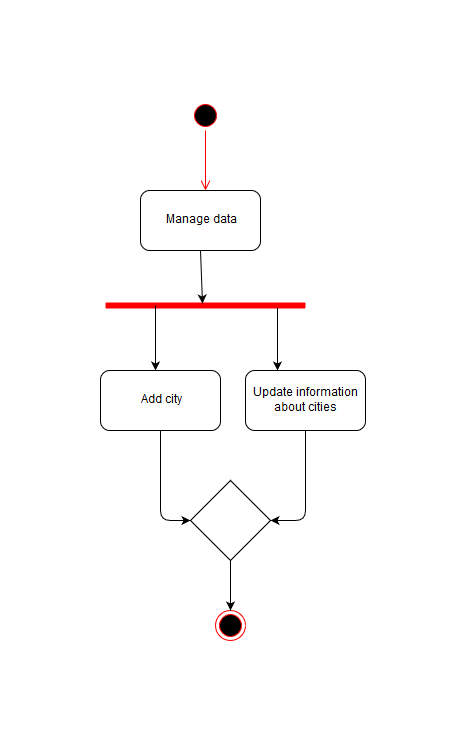
This is Manage user and data.png from group-c/sw-project, a draw.io export, as it was before one commit. Source tidied: cells renumbered, new cells last; positions are measured from the earlier drawing's top-left corner, leaving out a move shared by most shapes. The source it was exported from:
```xml
<mxGraphModel>
  <root>
    <mxCell id="0" />
    <mxCell id="1" parent="0" />
    <mxCell id="2" style="ellipse;html=1;shape=startState;fillColor=#000000;strokeColor=#ff0000;" parent="1" vertex="1">
      <mxGeometry x="90" width="30" height="30" as="geometry" />
    </mxCell>
    <mxCell id="3" style="edgeStyle=orthogonalEdgeStyle;html=1;verticalAlign=bottom;endArrow=open;endSize=8;strokeColor=#ff0000;" parent="1" edge="1" source="2">
      <mxGeometry relative="1" as="geometry">
        <mxPoint x="105" y="90" as="targetPoint" />
      </mxGeometry>
    </mxCell>
    <mxCell id="4" value="Manage data" style="rounded=1;whiteSpace=wrap;html=1;" parent="1" vertex="1">
      <mxGeometry x="40" y="90" width="120" height="60" as="geometry" />
    </mxCell>
    <mxCell id="5" style="shape=line;html=1;strokeWidth=6;strokeColor=#ff0000;" parent="1" vertex="1">
      <mxGeometry x="5" y="200" width="200" height="10" as="geometry" />
    </mxCell>
    <mxCell id="6" style="endArrow=classic;html=1;exitX=0.5;exitY=1;exitDx=0;exitDy=0;entryX=0.485;entryY=0.3;entryDx=0;entryDy=0;entryPerimeter=0;" parent="1" edge="1" source="4" target="5">
      <mxGeometry relative="1" as="geometry" />
    </mxCell>
    <mxCell id="7" style="endArrow=classic;html=1;exitX=0.25;exitY=0.5;exitDx=0;exitDy=0;exitPerimeter=0;" parent="1" edge="1" source="5">
      <mxGeometry relative="1" as="geometry">
        <mxPoint x="55" y="270" as="targetPoint" />
      </mxGeometry>
    </mxCell>
    <mxCell id="8" style="endArrow=classic;html=1;exitX=0.86;exitY=0.7;exitDx=0;exitDy=0;exitPerimeter=0;" parent="1" edge="1" source="5">
      <mxGeometry relative="1" as="geometry">
        <mxPoint x="177" y="270" as="targetPoint" />
      </mxGeometry>
    </mxCell>
    <mxCell id="9" value="Add city" style="rounded=1;whiteSpace=wrap;html=1;" parent="1" vertex="1">
      <mxGeometry y="270" width="120" height="60" as="geometry" />
    </mxCell>
    <mxCell id="10" value="Update information about cities" style="rounded=1;whiteSpace=wrap;html=1;" parent="1" vertex="1">
      <mxGeometry x="145" y="270" width="120" height="60" as="geometry" />
    </mxCell>
    <mxCell id="11" style="rhombus;whiteSpace=wrap;html=1;" parent="1" vertex="1">
      <mxGeometry x="90" y="380" width="80" height="80" as="geometry" />
    </mxCell>
    <mxCell id="12" style="endArrow=classic;html=1;exitX=0.5;exitY=1;exitDx=0;exitDy=0;entryX=0;entryY=0.5;entryDx=0;entryDy=0;" parent="1" edge="1" source="9" target="11">
      <mxGeometry relative="1" as="geometry">
        <Array as="points">
          <mxPoint x="60" y="420" />
        </Array>
      </mxGeometry>
    </mxCell>
    <mxCell id="13" style="endArrow=classic;html=1;exitX=0.5;exitY=1;exitDx=0;exitDy=0;entryX=1;entryY=0.5;entryDx=0;entryDy=0;" parent="1" edge="1" source="10" target="11">
      <mxGeometry relative="1" as="geometry">
        <Array as="points">
          <mxPoint x="205" y="420" />
        </Array>
      </mxGeometry>
    </mxCell>
    <mxCell id="14" style="ellipse;html=1;shape=endState;fillColor=#000000;strokeColor=#ff0000;" parent="1" vertex="1">
      <mxGeometry x="115" y="510" width="30" height="30" as="geometry" />
    </mxCell>
    <mxCell id="15" style="endArrow=classic;html=1;exitX=0.5;exitY=1;exitDx=0;exitDy=0;entryX=0.5;entryY=0;entryDx=0;entryDy=0;" parent="1" edge="1" source="11" target="14">
      <mxGeometry relative="1" as="geometry" />
    </mxCell>
  </root>
</mxGraphModel>
```
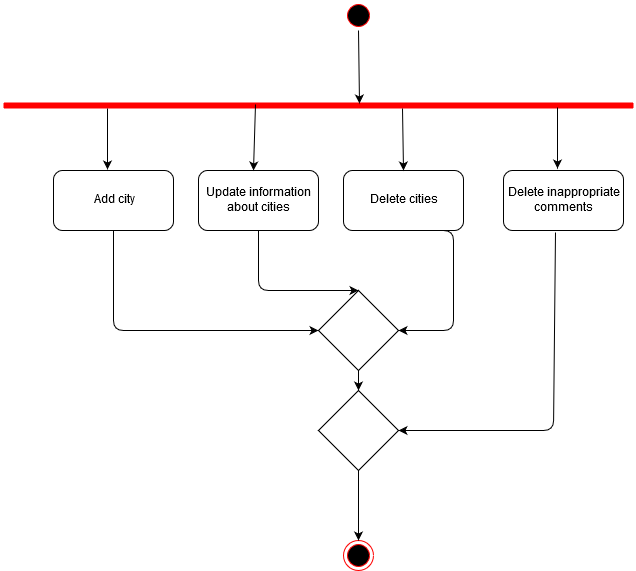
After the commit.

Commit message:
Update activity diagram for Manage user and data Fatemeh

Diff of the diagram source:
```diff
@@ -3,32 +3,11 @@
     <mxCell id="0" />
     <mxCell id="1" parent="0" />
     <mxCell id="2" style="ellipse;html=1;shape=startState;fillColor=#000000;strokeColor=#ff0000;" parent="1" vertex="1">
-      <mxGeometry x="90" width="30" height="30" as="geometry" />
+      <mxGeometry x="290" y="100" width="30" height="30" as="geometry" />
     </mxCell>
-    <mxCell id="3" style="edgeStyle=orthogonalEdgeStyle;html=1;verticalAlign=bottom;endArrow=open;endSize=8;strokeColor=#ff0000;" parent="1" edge="1" source="2">
-      <mxGeometry relative="1" as="geometry">
-        <mxPoint x="105" y="90" as="targetPoint" />
-      </mxGeometry>
-    </mxCell>
-    <mxCell id="4" value="Manage data" style="rounded=1;whiteSpace=wrap;html=1;" parent="1" vertex="1">
-      <mxGeometry x="40" y="90" width="120" height="60" as="geometry" />
-    </mxCell>
     <mxCell id="5" style="shape=line;html=1;strokeWidth=6;strokeColor=#ff0000;" parent="1" vertex="1">
-      <mxGeometry x="5" y="200" width="200" height="10" as="geometry" />
+      <mxGeometry x="-50" y="200" width="630" height="10" as="geometry" />
     </mxCell>
-    <mxCell id="6" style="endArrow=classic;html=1;exitX=0.5;exitY=1;exitDx=0;exitDy=0;entryX=0.485;entryY=0.3;entryDx=0;entryDy=0;entryPerimeter=0;" parent="1" edge="1" source="4" target="5">
-      <mxGeometry relative="1" as="geometry" />
-    </mxCell>
-    <mxCell id="7" style="endArrow=classic;html=1;exitX=0.25;exitY=0.5;exitDx=0;exitDy=0;exitPerimeter=0;" parent="1" edge="1" source="5">
-      <mxGeometry relative="1" as="geometry">
-        <mxPoint x="55" y="270" as="targetPoint" />
-      </mxGeometry>
-    </mxCell>
-    <mxCell id="8" style="endArrow=classic;html=1;exitX=0.86;exitY=0.7;exitDx=0;exitDy=0;exitPerimeter=0;" parent="1" edge="1" source="5">
-      <mxGeometry relative="1" as="geometry">
-        <mxPoint x="177" y="270" as="targetPoint" />
-      </mxGeometry>
-    </mxCell>
     <mxCell id="9" value="Add city" style="rounded=1;whiteSpace=wrap;html=1;" parent="1" vertex="1">
       <mxGeometry y="270" width="120" height="60" as="geometry" />
     </mxCell>
@@ -36,27 +15,75 @@
       <mxGeometry x="145" y="270" width="120" height="60" as="geometry" />
     </mxCell>
     <mxCell id="11" style="rhombus;whiteSpace=wrap;html=1;" parent="1" vertex="1">
-      <mxGeometry x="90" y="380" width="80" height="80" as="geometry" />
+      <mxGeometry x="265" y="390" width="80" height="80" as="geometry" />
     </mxCell>
     <mxCell id="12" style="endArrow=classic;html=1;exitX=0.5;exitY=1;exitDx=0;exitDy=0;entryX=0;entryY=0.5;entryDx=0;entryDy=0;" parent="1" edge="1" source="9" target="11">
       <mxGeometry relative="1" as="geometry">
         <Array as="points">
-          <mxPoint x="60" y="420" />
+          <mxPoint x="60" y="430" />
         </Array>
       </mxGeometry>
     </mxCell>
+    <mxCell id="16" value="Delete cities" style="rounded=1;whiteSpace=wrap;html=1;" parent="1" vertex="1">
+      <mxGeometry x="290" y="270" width="120" height="60" as="geometry" />
+    </mxCell>
+    <mxCell id="17" value="&lt;div&gt;Delete inappropriate&lt;/div&gt;&lt;div&gt;comments&lt;br&gt;&lt;/div&gt;" style="rounded=1;whiteSpace=wrap;html=1;" parent="1" vertex="1">
+      <mxGeometry x="450" y="270" width="120" height="60" as="geometry" />
+    </mxCell>
+    <mxCell id="18" style="endArrow=classic;html=1;exitX=0.5;exitY=1;exitDx=0;exitDy=0;entryX=0.565;entryY=0.3;entryDx=0;entryDy=0;entryPerimeter=0;" parent="1" edge="1" source="2" target="5">
+      <mxGeometry relative="1" as="geometry" />
+    </mxCell>
+    <mxCell id="19" style="endArrow=classic;html=1;" parent="1" edge="1">
+      <mxGeometry relative="1" as="geometry">
+        <mxPoint x="54" y="208" as="sourcePoint" />
+        <mxPoint x="54" y="269" as="targetPoint" />
+      </mxGeometry>
+    </mxCell>
+    <mxCell id="20" style="endArrow=classic;html=1;exitX=0.4;exitY=0.4;exitDx=0;exitDy=0;exitPerimeter=0;" parent="1" edge="1" source="5">
+      <mxGeometry relative="1" as="geometry">
+        <mxPoint x="200" y="270" as="targetPoint" />
+      </mxGeometry>
+    </mxCell>
+    <mxCell id="21" style="endArrow=classic;html=1;exitX=0.633;exitY=0.8;exitDx=0;exitDy=0;exitPerimeter=0;entryX=0.5;entryY=0;entryDx=0;entryDy=0;" parent="1" edge="1" source="5" target="16">
+      <mxGeometry relative="1" as="geometry" />
+    </mxCell>
+    <mxCell id="22" style="endArrow=classic;html=1;exitX=0.879;exitY=0.7;exitDx=0;exitDy=0;exitPerimeter=0;entryX=0.45;entryY=-0.033;entryDx=0;entryDy=0;entryPerimeter=0;" parent="1" edge="1" source="5" target="17">
+      <mxGeometry relative="1" as="geometry" />
+    </mxCell>
-    <mxCell id="13" style="endArrow=classic;html=1;exitX=0.5;exitY=1;exitDx=0;exitDy=0;entryX=1;entryY=0.5;entryDx=0;entryDy=0;" parent="1" edge="1" source="10" target="11">
+    <mxCell id="13" style="endArrow=classic;html=1;exitX=0.5;exitY=1;exitDx=0;exitDy=0;entryX=0.5;entryY=0;entryDx=0;entryDy=0;" parent="1" edge="1" source="10" target="11">
       <mxGeometry relative="1" as="geometry">
         <Array as="points">
-          <mxPoint x="205" y="420" />
+          <mxPoint x="205" y="390" />
         </Array>
       </mxGeometry>
     </mxCell>
-    <mxCell id="14" style="ellipse;html=1;shape=endState;fillColor=#000000;strokeColor=#ff0000;" parent="1" vertex="1">
-      <mxGeometry x="115" y="510" width="30" height="30" as="geometry" />
-    </mxCell>
-    <mxCell id="15" style="endArrow=classic;html=1;exitX=0.5;exitY=1;exitDx=0;exitDy=0;entryX=0.5;entryY=0;entryDx=0;entryDy=0;" parent="1" edge="1" source="11" target="14">
-      <mxGeometry relative="1" as="geometry" />
-    </mxCell>
+    <mxCell id="23" style="endArrow=classic;html=1;exitX=0.5;exitY=1;exitDx=0;exitDy=0;entryX=1;entryY=0.5;entryDx=0;entryDy=0;" parent="1" edge="1" source="16" target="11">
+      <mxGeometry relative="1" as="geometry">
+        <Array as="points">
+          <mxPoint x="400" y="330" />
+          <mxPoint x="400" y="430" />
+          <mxPoint x="345" y="430" />
+        </Array>
+      </mxGeometry>
+    </mxCell>
+    <mxCell id="24" style="endArrow=classic;html=1;exitX=0.433;exitY=1.033;exitDx=0;exitDy=0;exitPerimeter=0;entryX=1;entryY=0.5;entryDx=0;entryDy=0;" parent="1" edge="1" source="17" target="25">
+      <mxGeometry relative="1" as="geometry">
+        <Array as="points">
+          <mxPoint x="500" y="530" />
+        </Array>
+      </mxGeometry>
+    </mxCell>
+    <mxCell id="25" style="rhombus;whiteSpace=wrap;html=1;" parent="1" vertex="1">
+      <mxGeometry x="265" y="490" width="80" height="80" as="geometry" />
+    </mxCell>
+    <mxCell id="26" style="endArrow=classic;html=1;exitX=0.5;exitY=1;exitDx=0;exitDy=0;entryX=0.5;entryY=0;entryDx=0;entryDy=0;" parent="1" edge="1" source="11" target="25">
+      <mxGeometry relative="1" as="geometry" />
+    </mxCell>
+    <mxCell id="27" style="ellipse;html=1;shape=endState;fillColor=#000000;strokeColor=#ff0000;" parent="1" vertex="1">
+      <mxGeometry x="290" y="640" width="30" height="30" as="geometry" />
+    </mxCell>
+    <mxCell id="28" style="endArrow=classic;html=1;exitX=0.5;exitY=1;exitDx=0;exitDy=0;entryX=0.5;entryY=0;entryDx=0;entryDy=0;" parent="1" edge="1" source="25" target="27">
+      <mxGeometry relative="1" as="geometry" />
+    </mxCell>
   </root>
 </mxGraphModel>
```
